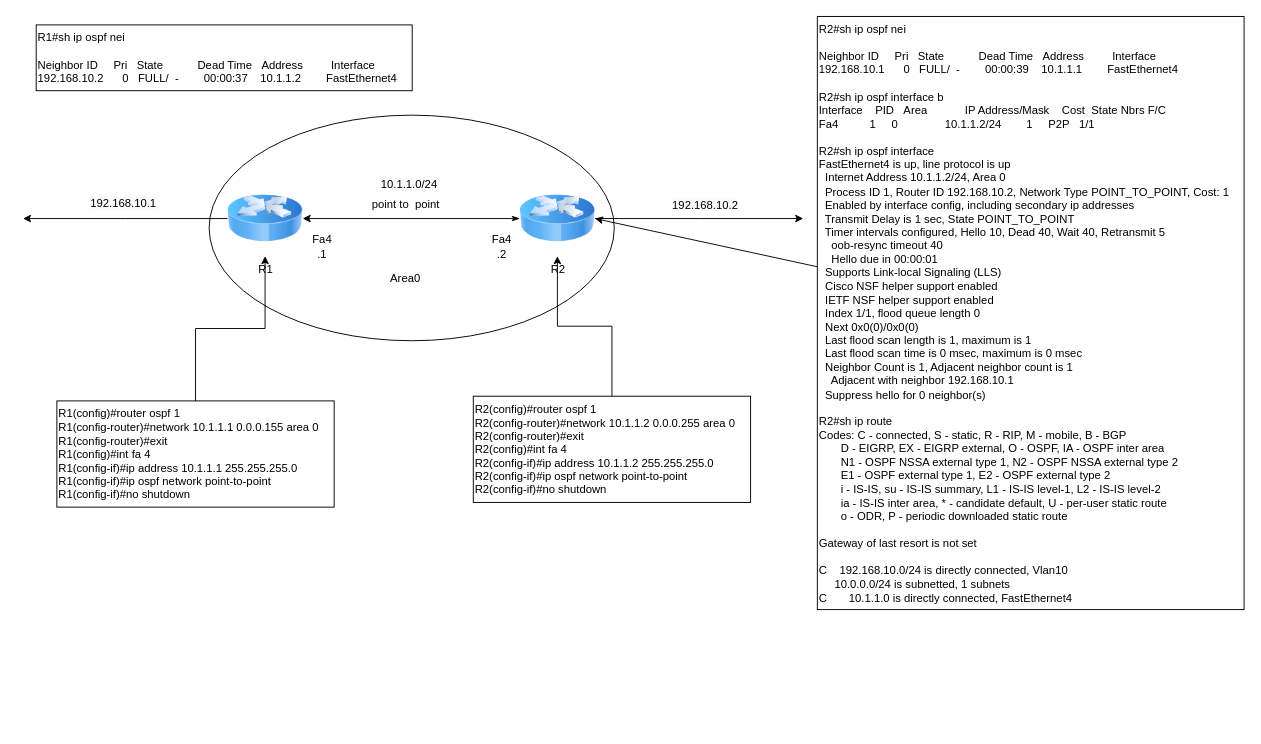
This is page "point to point" (4 of 4) of OSPF.drawio from kyforprogram/ccna, a draw.io file, before an edit. Source tidied: cells renumbered, new cells numbered last; positions are measured from the earlier drawing's top-left corner, leaving out a move shared by most shapes. Both pictures are drawn from the tidied source at 94%, with x=0, y=0 at pixel (23, 16).
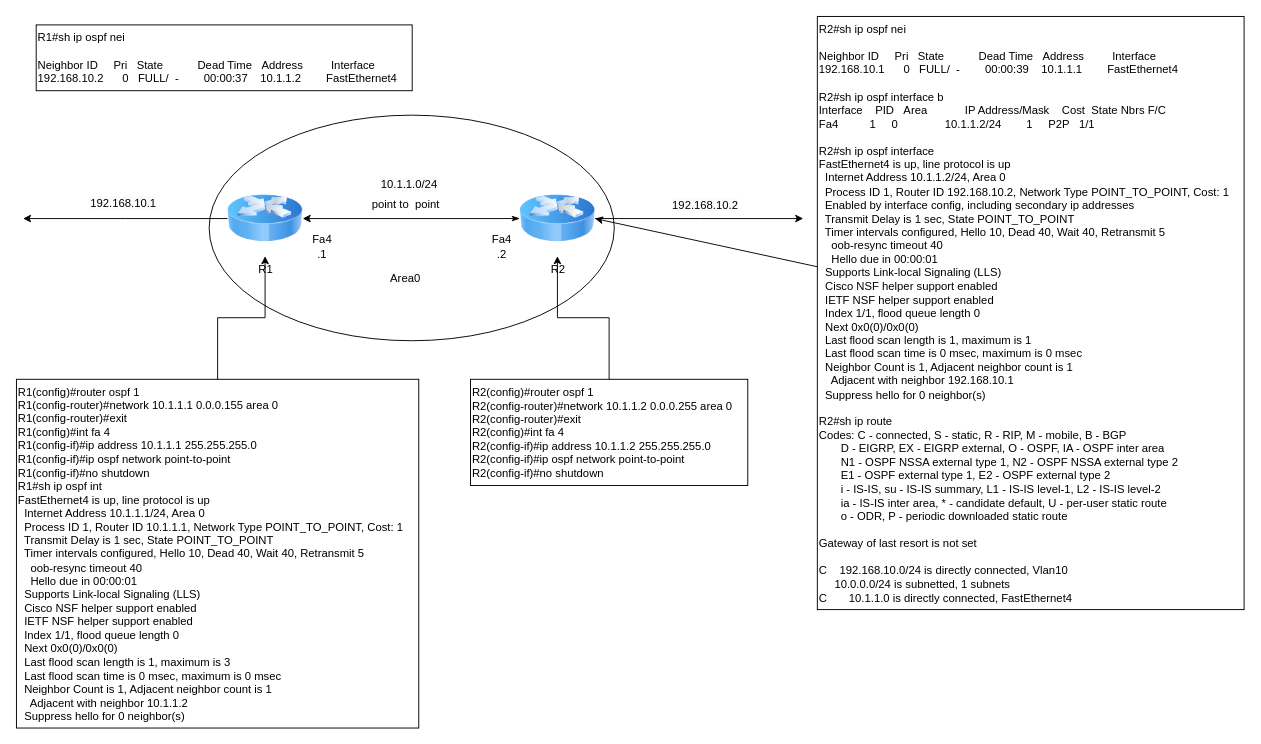
Above is the later version.

Commit message:
OSPF.drawio を更新します

What changed in the source:
```diff
@@
     <mxCell id="19" value="&lt;div&gt;R2(config)#router ospf 1&lt;/div&gt;&lt;div&gt;&lt;span style=&quot;background-color: initial;&quot;&gt;R2(config-router)#network 10.1.1.2 0.0.0.255 area 0&lt;/span&gt;&lt;br&gt;&lt;/div&gt;&lt;div&gt;R2(config-router)#exit&lt;/div&gt;&lt;div&gt;&lt;div&gt;R2(config)#int fa 4&lt;/div&gt;&lt;div&gt;R2(config-if)#ip address 10.1.1.2 255.255.255.0&lt;/div&gt;&lt;div&gt;R2(config-if)#ip ospf network point-to-point&lt;br&gt;&lt;/div&gt;&lt;div&gt;R2(config-if)#no shutdown&lt;/div&gt;&lt;/div&gt;" style="text;html=1;align=left;verticalAlign=middle;points=[];strokeColor=default;fillColor=none;" parent="1" vertex="1">
-      <mxGeometry x="479" y="404" width="295" height="113" as="geometry" />
+      <mxGeometry x="476" y="386" width="295" height="113" as="geometry" />
     </mxCell>
@@
-    <mxCell id="21" value="&lt;div&gt;R1(config)#router ospf 1&lt;/div&gt;&lt;div&gt;R1(config-router)#network 10.1.1.1 0.0.0.155 area 0&lt;/div&gt;&lt;div&gt;R1(config-router)#exit&lt;/div&gt;&lt;div&gt;R1(config)#int fa 4&lt;/div&gt;&lt;div&gt;R1(config-if)#ip address 10.1.1.1 255.255.255.0&lt;/div&gt;&lt;div&gt;R1(config-if)#ip ospf network point-to-point&lt;/div&gt;&lt;div&gt;R1(config-if)#no shutdown&lt;/div&gt;" style="text;html=1;align=left;verticalAlign=middle;points=[];strokeColor=default;fillColor=none;" parent="1" vertex="1">
-      <mxGeometry x="36" y="409" width="295" height="113" as="geometry" />
+    <mxCell id="21" value="&lt;div&gt;R1(config)#router ospf 1&lt;/div&gt;&lt;div&gt;R1(config-router)#network 10.1.1.1 0.0.0.155 area 0&lt;/div&gt;&lt;div&gt;R1(config-router)#exit&lt;/div&gt;&lt;div&gt;R1(config)#int fa 4&lt;/div&gt;&lt;div&gt;R1(config-if)#ip address 10.1.1.1 255.255.255.0&lt;/div&gt;&lt;div&gt;R1(config-if)#ip ospf network point-to-point&lt;/div&gt;&lt;div&gt;R1(config-if)#no shutdown&lt;/div&gt;&lt;div&gt;&lt;div&gt;R1#sh ip ospf int&lt;/div&gt;&lt;div&gt;FastEthernet4 is up, line protocol is up&lt;/div&gt;&lt;div&gt;&amp;nbsp; Internet Address 10.1.1.1/24, Area 0&lt;/div&gt;&lt;div&gt;&amp;nbsp; Process ID 1, Router ID 10.1.1.1, Network Type POINT_TO_POINT, Cost: 1&lt;/div&gt;&lt;div&gt;&amp;nbsp; Transmit Delay is 1 sec, State POINT_TO_POINT&lt;/div&gt;&lt;div&gt;&amp;nbsp; Timer intervals configured, Hello 10, Dead 40, Wait 40, Retransmit 5&lt;/div&gt;&lt;div&gt;&amp;nbsp; &amp;nbsp; oob-resync timeout 40&lt;/div&gt;&lt;div&gt;&amp;nbsp; &amp;nbsp; Hello due in 00:00:01&lt;/div&gt;&lt;div&gt;&amp;nbsp; Supports Link-local Signaling (LLS)&lt;/div&gt;&lt;div&gt;&amp;nbsp; Cisco NSF helper support enabled&lt;/div&gt;&lt;div&gt;&amp;nbsp; IETF NSF helper support enabled&lt;/div&gt;&lt;div&gt;&amp;nbsp; Index 1/1, flood queue length 0&lt;/div&gt;&lt;div&gt;&amp;nbsp; Next 0x0(0)/0x0(0)&lt;/div&gt;&lt;div&gt;&amp;nbsp; Last flood scan length is 1, maximum is 3&lt;/div&gt;&lt;div&gt;&amp;nbsp; Last flood scan time is 0 msec, maximum is 0 msec&lt;/div&gt;&lt;div&gt;&amp;nbsp; Neighbor Count is 1, Adjacent neighbor count is 1&lt;/div&gt;&lt;div&gt;&amp;nbsp; &amp;nbsp; Adjacent with neighbor 10.1.1.2&lt;/div&gt;&lt;div&gt;&amp;nbsp; Suppress hello for 0 neighbor(s)&lt;/div&gt;&lt;/div&gt;" style="text;html=1;align=left;verticalAlign=middle;points=[];strokeColor=default;fillColor=none;" parent="1" vertex="1">
+      <mxGeometry x="-7" y="386" width="428" height="371" as="geometry" />
     </mxCell>
```
